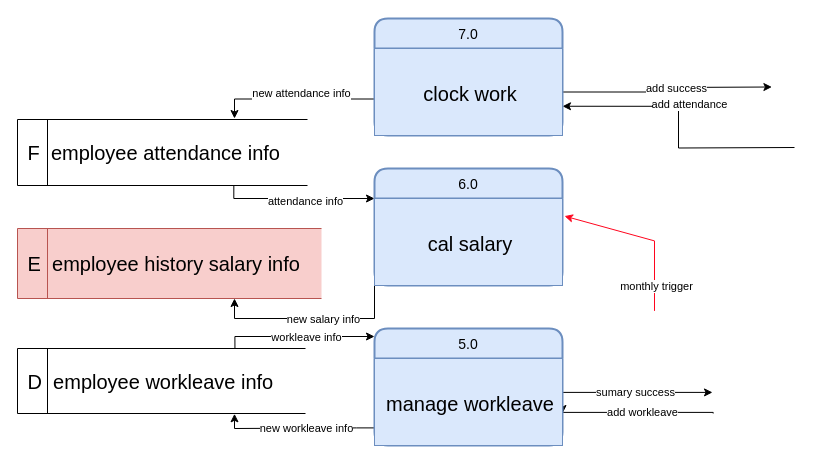
This is page "DFD Lv1.9" (5 of 9) of DFD.drawio from jarawin/carcare, a draw.io file, before an edit. Source tidied: cells renumbered, new cells numbered last; positions are measured from the earlier drawing's top-left corner, leaving out a move shared by most shapes. Both pictures are drawn from the tidied source at 100%, with x=0, y=0 at pixel (17, 18).
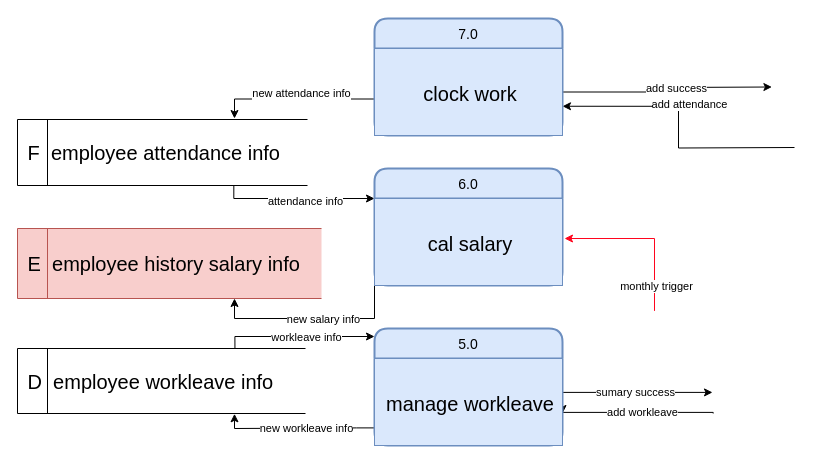
Above is the later version.

What changed in the source:
```diff
@@
-    <mxCell id="23" style="endArrow=classic;html=1;rounded=0;strokeColor=#FF051E;entryX=1;entryY=0.75;entryDx=0;entryDy=0;" parent="1" edge="1">
+    <mxCell id="23" style="endArrow=classic;html=1;rounded=0;strokeColor=#FF051E;" parent="1" edge="1">
       <mxGeometry relative="1" as="geometry">
         <mxPoint x="637" y="292.4" as="sourcePoint" />
-        <mxPoint x="547" y="197.6" as="targetPoint" />
+        <mxPoint x="547" y="220" as="targetPoint" />
         <Array as="points">
-          <mxPoint x="637" y="222.4" />
+          <mxPoint x="637" y="220" />
         </Array>
       </mxGeometry>
     </mxCell>
```
